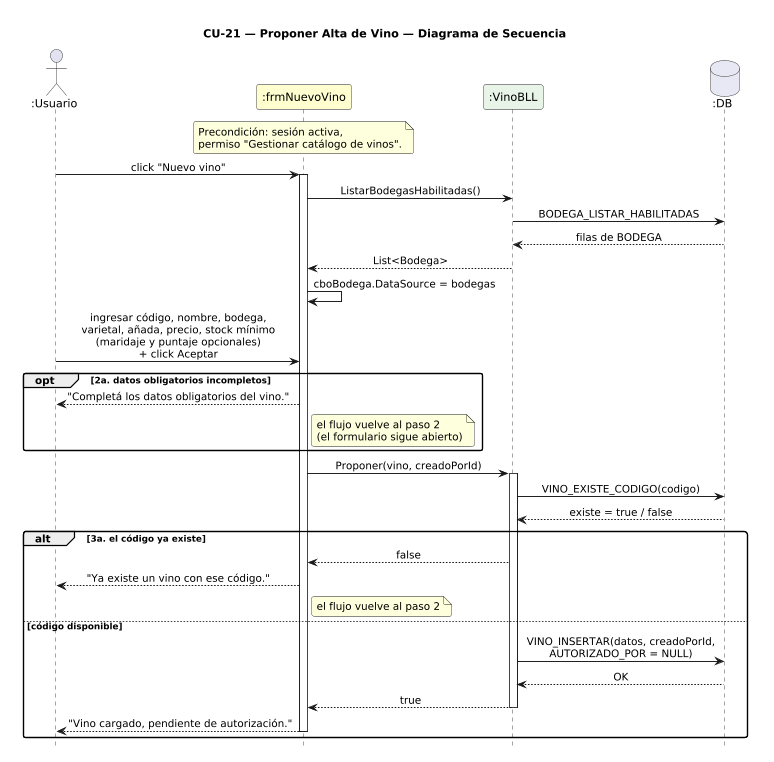
Earlier version of the PlantUML export DIAGRAMAS/DiagramaSecuencia_CU21_ProponerAltaVino.png (Jesifu/club-de-vinos-td). Its source is kept beside it as DIAGRAMAS/DiagramaSecuencia_CU21_ProponerAltaVino.puml.
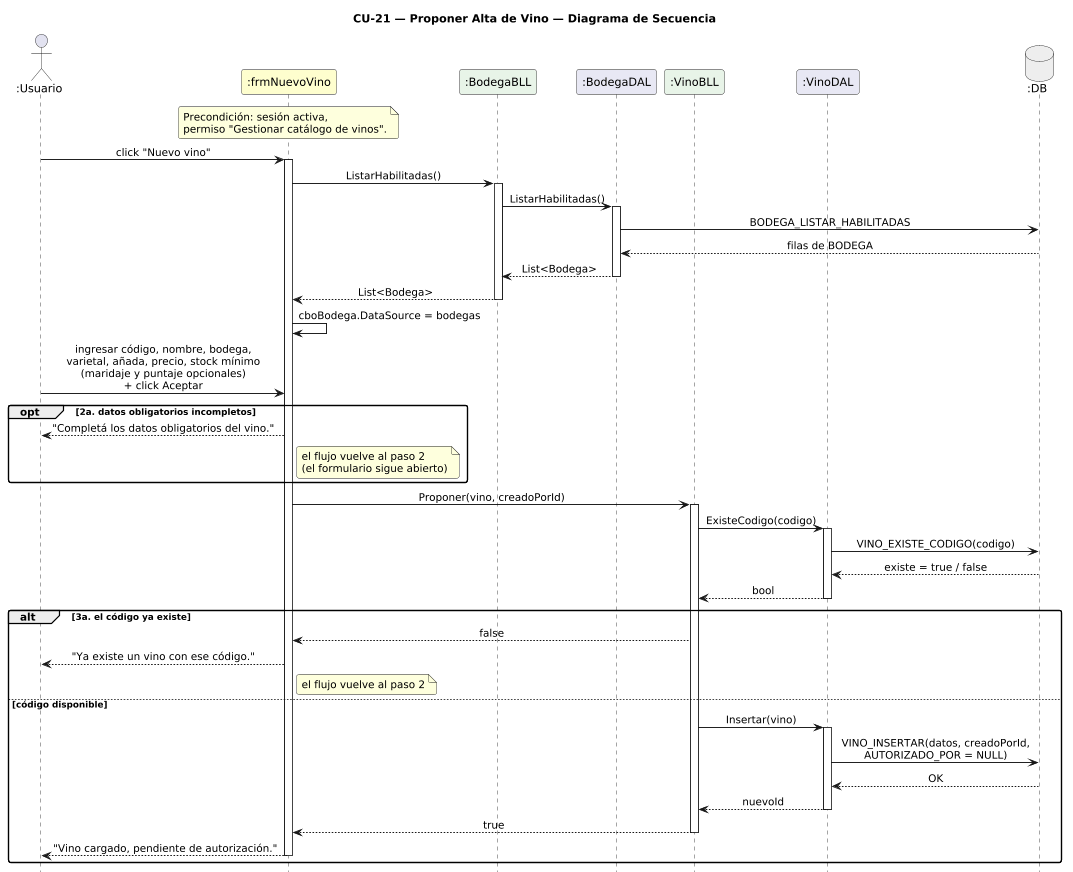
After the commit.

Change to the diagram source:
```diff
@@ -11,8 +11,11 @@
 
 actor       ":Usuario"           as U
 participant ":frmNuevoVino"      as FN #FEFECE
+participant ":BodegaBLL"         as BB #E8F4E8
+participant ":BodegaDAL"         as BD #E8E8F4
 participant ":VinoBLL"           as VB #E8F4E8
-database    ":DB"                as DB #E8E8F4
+participant ":VinoDAL"           as VD #E8E8F4
+database    ":DB"                as DB #EEEEEE
 
 note over FN
   Precondición: sesión activa,
@@ -21,10 +24,16 @@
 
 U -> FN : click "Nuevo vino"
 activate FN
-FN -> VB : ListarBodegasHabilitadas()
-VB -> DB : BODEGA_LISTAR_HABILITADAS
-DB --> VB : filas de BODEGA
-VB --> FN : List<Bodega>
+FN -> BB : ListarHabilitadas()
+activate BB
+BB -> BD : ListarHabilitadas()
+activate BD
+BD -> DB : BODEGA_LISTAR_HABILITADAS
+DB --> BD : filas de BODEGA
+BD --> BB : List<Bodega>
+deactivate BD
+BB --> FN : List<Bodega>
+deactivate BB
 FN -> FN : cboBodega.DataSource = bodegas
 
 U -> FN : ingresar código, nombre, bodega,\nvarietal, añada, precio, stock mínimo\n(maridaje y puntaje opcionales)\n+ click Aceptar
@@ -36,16 +45,24 @@
 
 FN -> VB : Proponer(vino, creadoPorId)
 activate VB
-VB -> DB : VINO_EXISTE_CODIGO(codigo)
-DB --> VB : existe = true / false
+VB -> VD : ExisteCodigo(codigo)
+activate VD
+VD -> DB : VINO_EXISTE_CODIGO(codigo)
+DB --> VD : existe = true / false
+VD --> VB : bool
+deactivate VD
 
 alt 3a. el código ya existe
   VB --> FN : false
   FN --> U : "Ya existe un vino con ese código."
   note right of FN : el flujo vuelve al paso 2
 else código disponible
-  VB -> DB : VINO_INSERTAR(datos, creadoPorId,\nAUTORIZADO_POR = NULL)
-  DB --> VB : OK
+  VB -> VD : Insertar(vino)
+  activate VD
+  VD -> DB : VINO_INSERTAR(datos, creadoPorId,\nAUTORIZADO_POR = NULL)
+  DB --> VD : OK
+  VD --> VB : nuevoId
+  deactivate VD
   VB --> FN : true
   deactivate VB
   FN --> U : "Vino cargado, pendiente de autorización."
```
